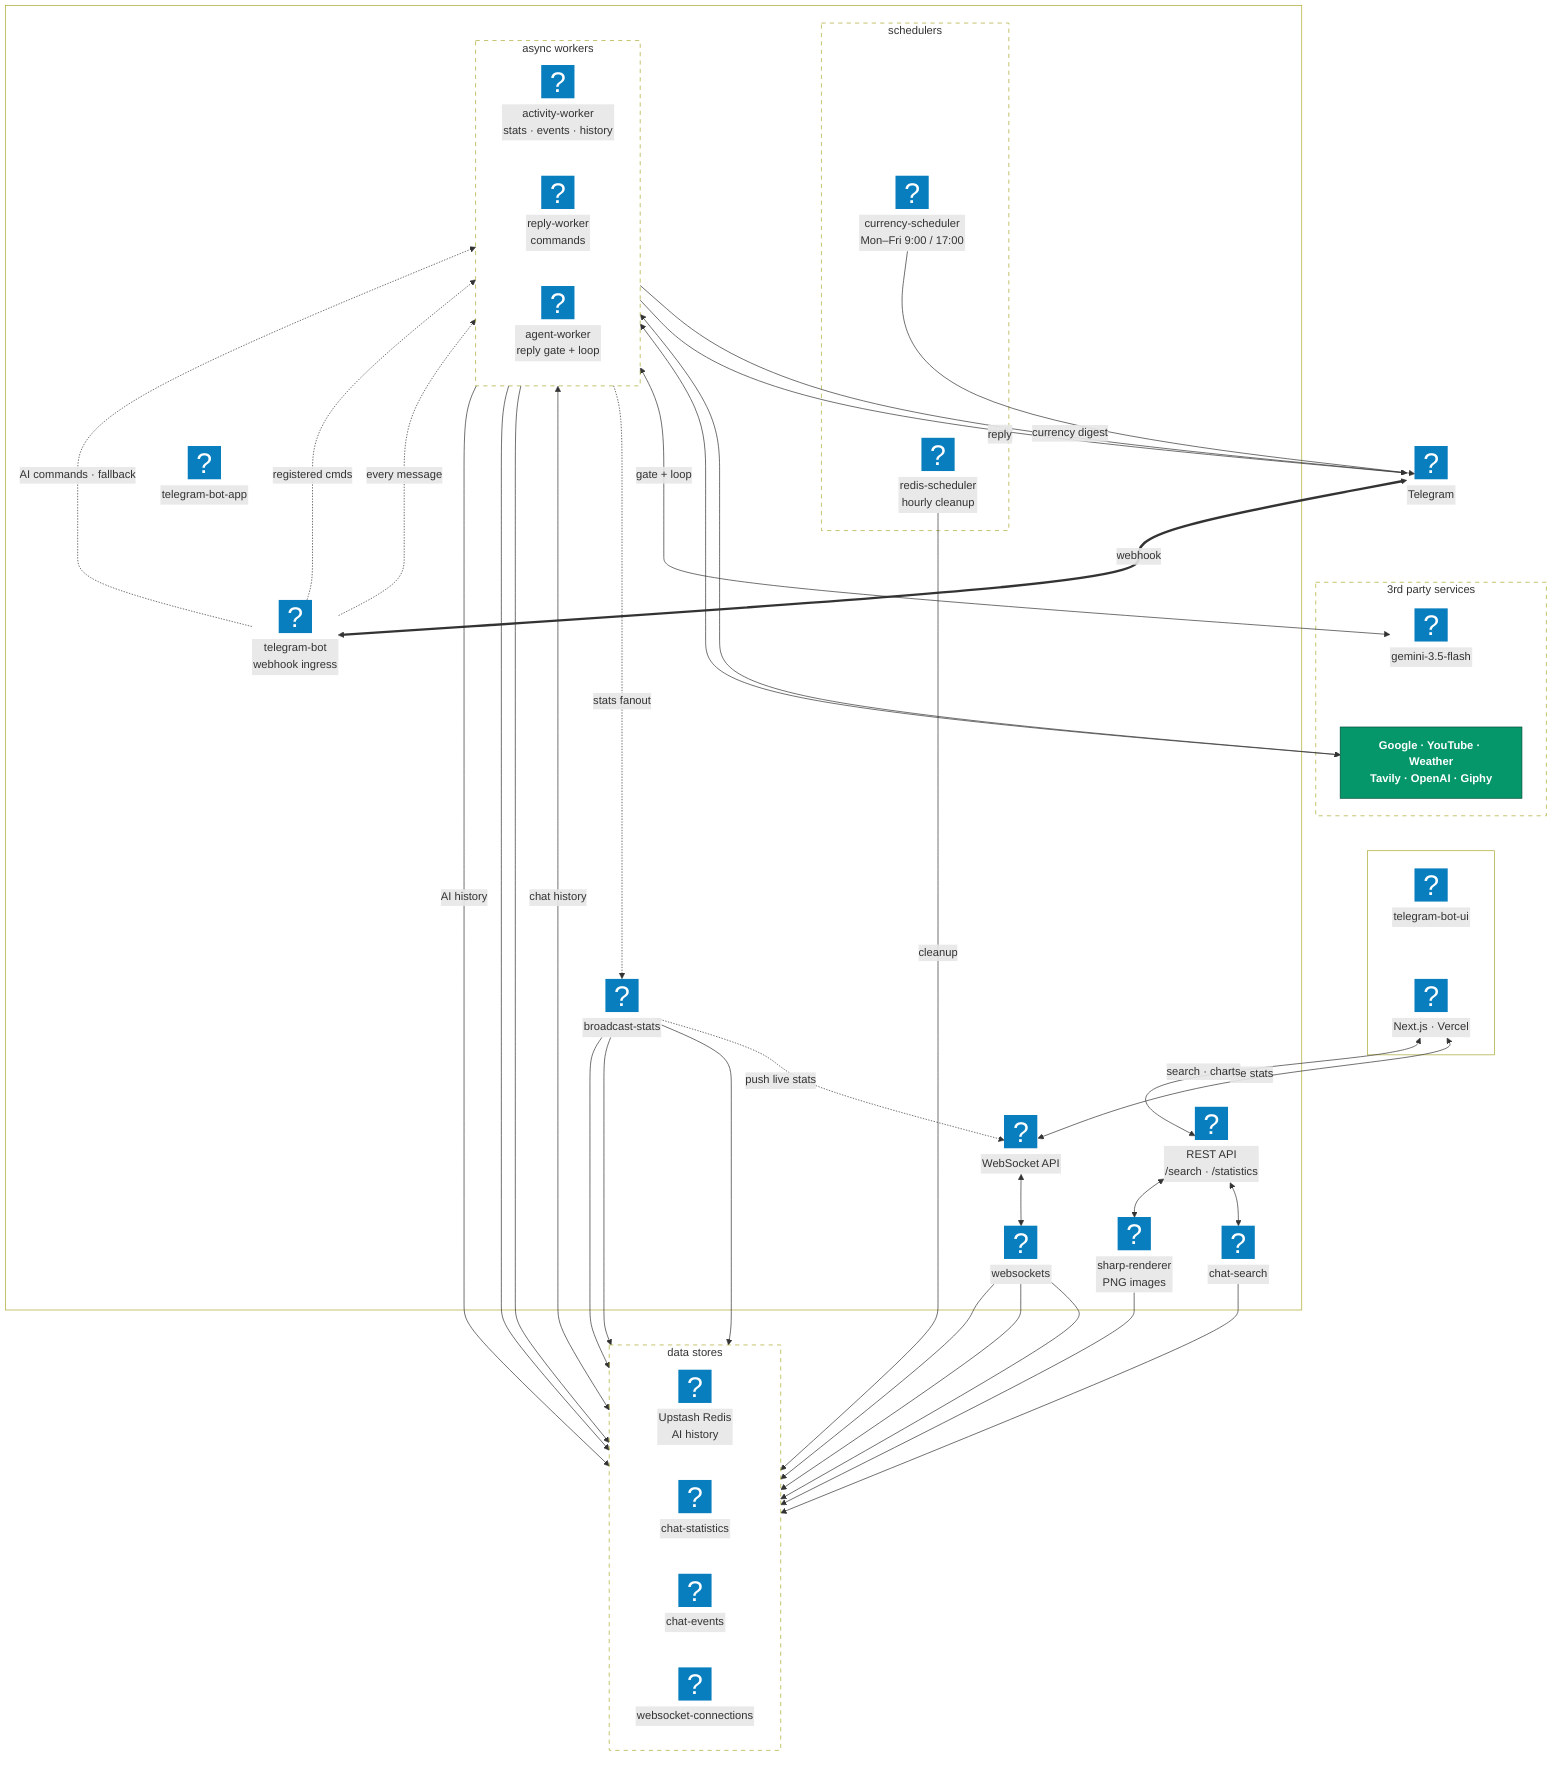
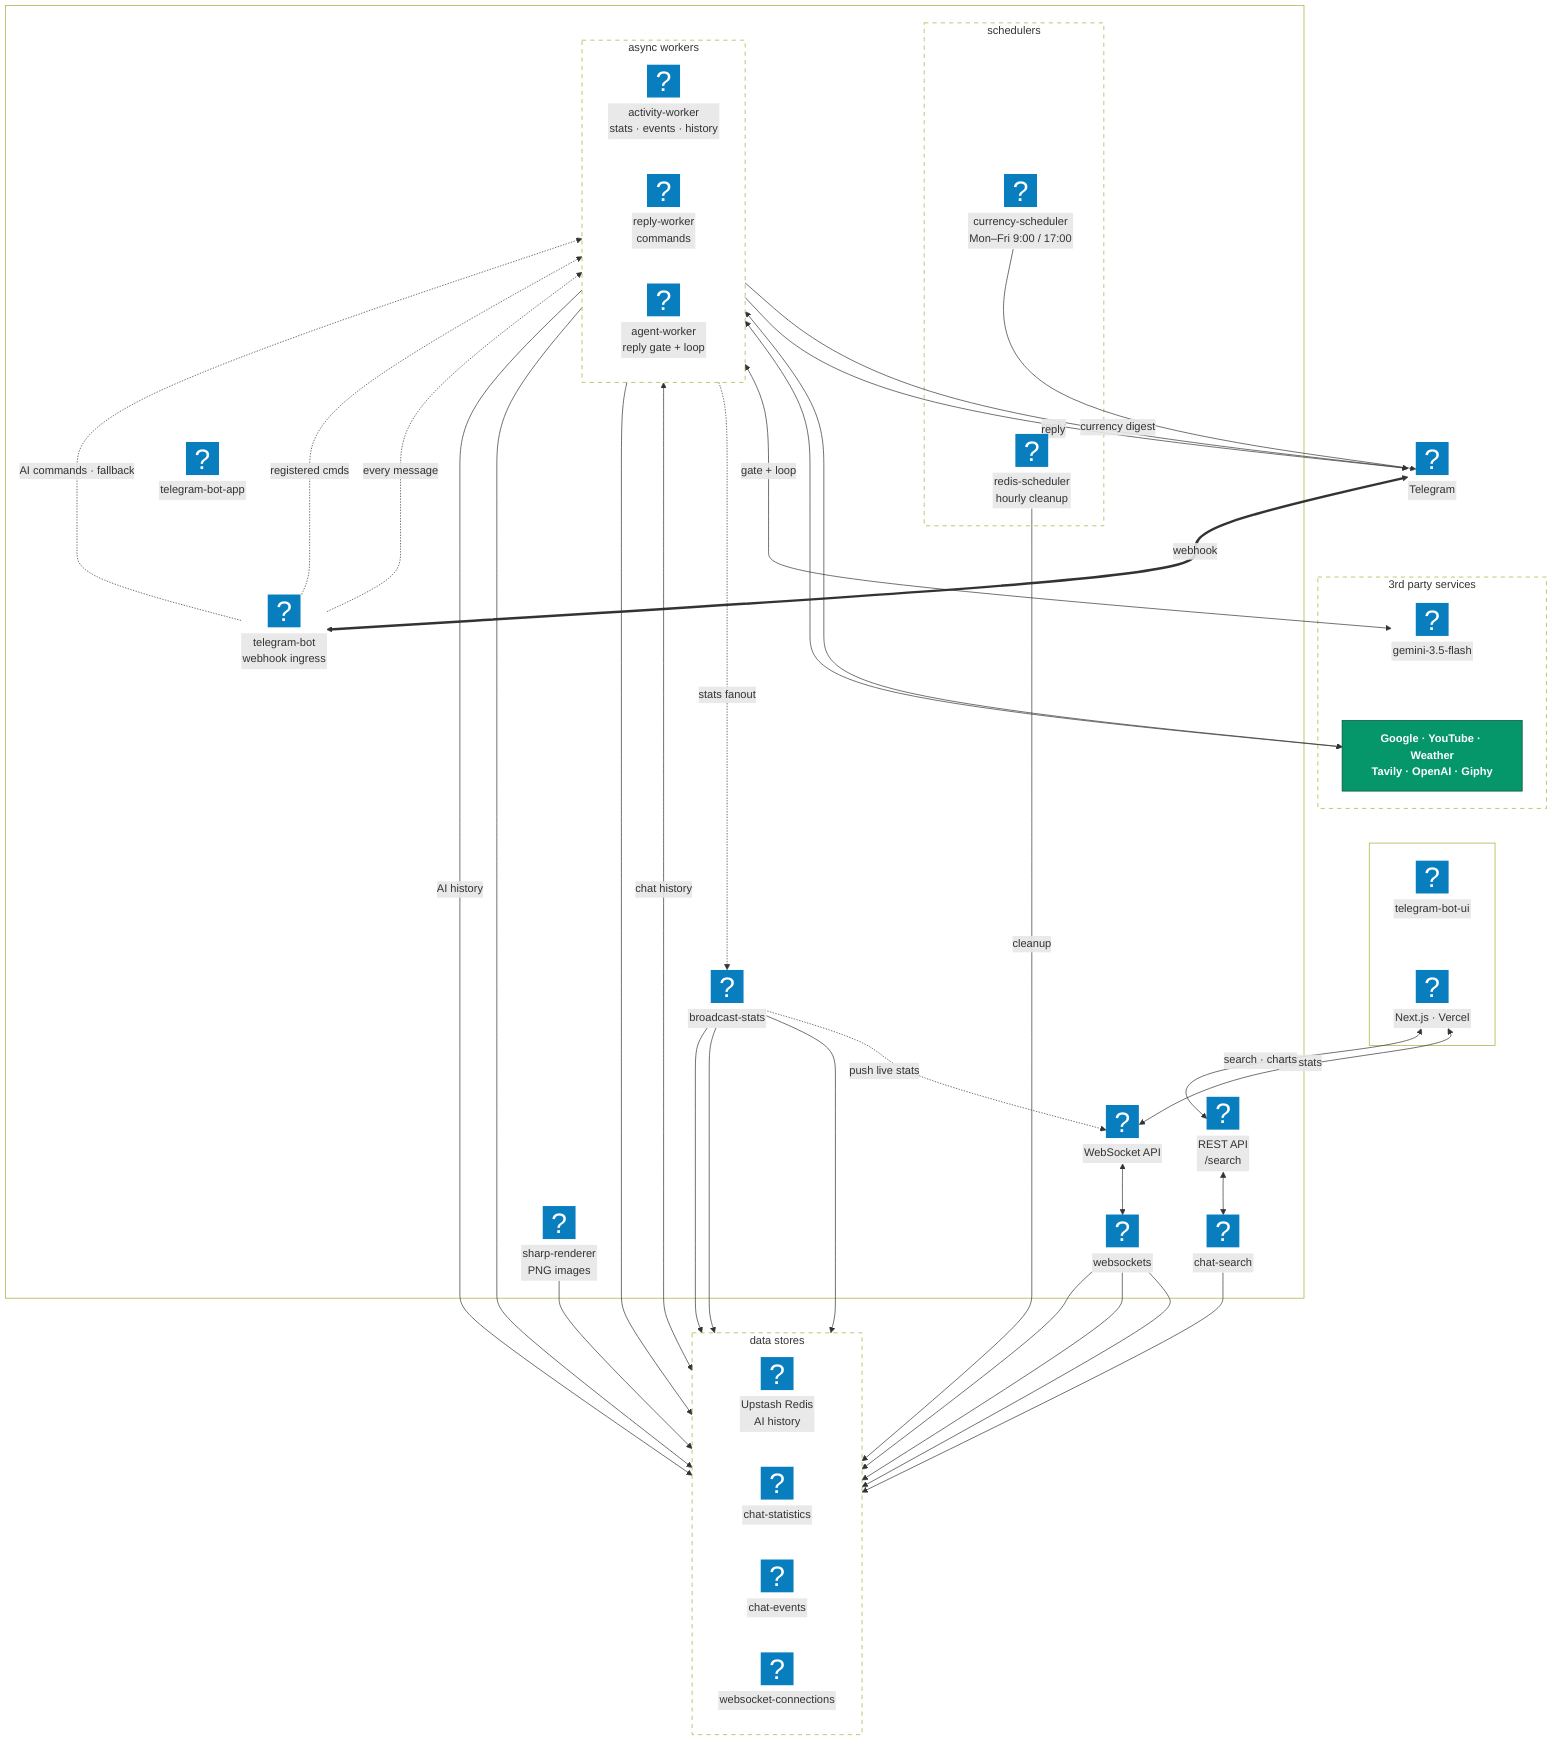
flowchart TB
  subgraph APP[" "]
    GHAPP@{ icon: "mdi:github", label: "telegram-bot-app", h: 36 }

    subgraph SCHED["schedulers"]
      CRON1@{ icon: "logos:aws-eventbridge", label: "currency-scheduler<br/>Mon–Fri 9:00 / 17:00", h: 38 }
      CRON2@{ icon: "logos:aws-eventbridge", label: "redis-scheduler<br/>hourly cleanup", h: 38 }
    end

    BOT@{ icon: "logos:aws-lambda", label: "telegram-bot<br/>webhook ingress", h: 42 }

    subgraph WORKERS["async workers"]
      direction LR
      ACT@{ icon: "logos:aws-lambda", label: "activity-worker<br/>stats · events · history", h: 42 }
      REPLY@{ icon: "logos:aws-lambda", label: "reply-worker<br/>commands", h: 42 }
      AGENT@{ icon: "logos:aws-lambda", label: "agent-worker<br/>reply gate + loop", h: 42 }
    end

    BCAST@{ icon: "logos:aws-lambda", label: "broadcast-stats", h: 42 }
    WSL@{ icon: "logos:aws-lambda", label: "websockets", h: 42 }
    SEARCH@{ icon: "logos:aws-lambda", label: "chat-search", h: 42 }
    IMG@{ icon: "logos:aws-lambda", label: "sharp-renderer<br/>PNG images", h: 42 }

    WSS@{ icon: "logos:aws-api-gateway", label: "WebSocket API", h: 40 }
-     HTTP@{ icon: "logos:aws-api-gateway", label: "REST API<br/>/search · /statistics", h: 40 }
+     HTTP@{ icon: "logos:aws-api-gateway", label: "REST API<br/>/search", h: 40 }
  end

  TG@{ icon: "logos:telegram", label: "Telegram", h: 46 }

  subgraph UIBOX[" "]
    GHUI@{ icon: "mdi:github", label: "telegram-bot-ui", h: 36 }
    NEXT@{ icon: "simple-icons:nextdotjs", label: "Next.js · Vercel", h: 40 }
  end

  subgraph THIRD["3rd party services"]
    GEM@{ icon: "logos:google-gemini", label: "gemini-3.5-flash", h: 38 }
    APIS["Google · YouTube · Weather<br/>Tavily · OpenAI · Giphy"]:::ext
  end

  subgraph DATA["data stores"]
    direction LR
    REDIS@{ icon: "logos:redis", label: "Upstash Redis<br/>AI history", h: 40 }
    STATS@{ icon: "logos:aws-dynamodb", label: "chat-statistics", h: 40 }
    EVENTS@{ icon: "logos:aws-dynamodb", label: "chat-events", h: 40 }
    CONNS@{ icon: "logos:aws-dynamodb", label: "websocket-connections", h: 40 }
  end

  GHAPP ~~~ BOT
  CRON1 ~~~ CRON2
  TG ~~~ GEM
  GEM ~~~ APIS
  APIS ~~~ GHUI
  GHUI ~~~ NEXT

  CRON1 -->|"currency digest"| TG
  CRON2 -->|"cleanup"| REDIS
  TG <==>|"webhook"| BOT

  BOT -.->|"every message"| ACT
  BOT -.->|"registered cmds"| REPLY
  BOT -.->|"AI commands · fallback"| AGENT

  REPLY -->|"reply"| TG
  AGENT -->|"reply"| TG
  REPLY <--> APIS
  AGENT <--> APIS
  AGENT <-->|"gate + loop"| GEM
  AGENT <-->|"chat history"| REDIS

  ACT --> STATS & EVENTS
  ACT -->|"AI history"| REDIS
  ACT -.->|"stats fanout"| BCAST

  BCAST --> STATS & EVENTS & CONNS
  WSL --> STATS & EVENTS & CONNS
  SEARCH --> STATS
  IMG --> EVENTS

  BCAST -.->|"push live stats"| WSS
  WSS <--> WSL
  HTTP <--> SEARCH
-   HTTP <--> IMG

  NEXT <-->|"live stats"| WSS
  NEXT <-->|"search · charts"| HTTP

  classDef ext fill:#059669,stroke:#064e3b,color:#ffffff,font-weight:bold
  style SCHED fill:transparent,stroke-dasharray:6 6
  style WORKERS fill:transparent,stroke-dasharray:6 6
  style THIRD fill:transparent,stroke-dasharray:6 6
  style DATA fill:transparent,stroke-dasharray:6 6
  style APP fill:transparent
  style UIBOX fill:transparent
